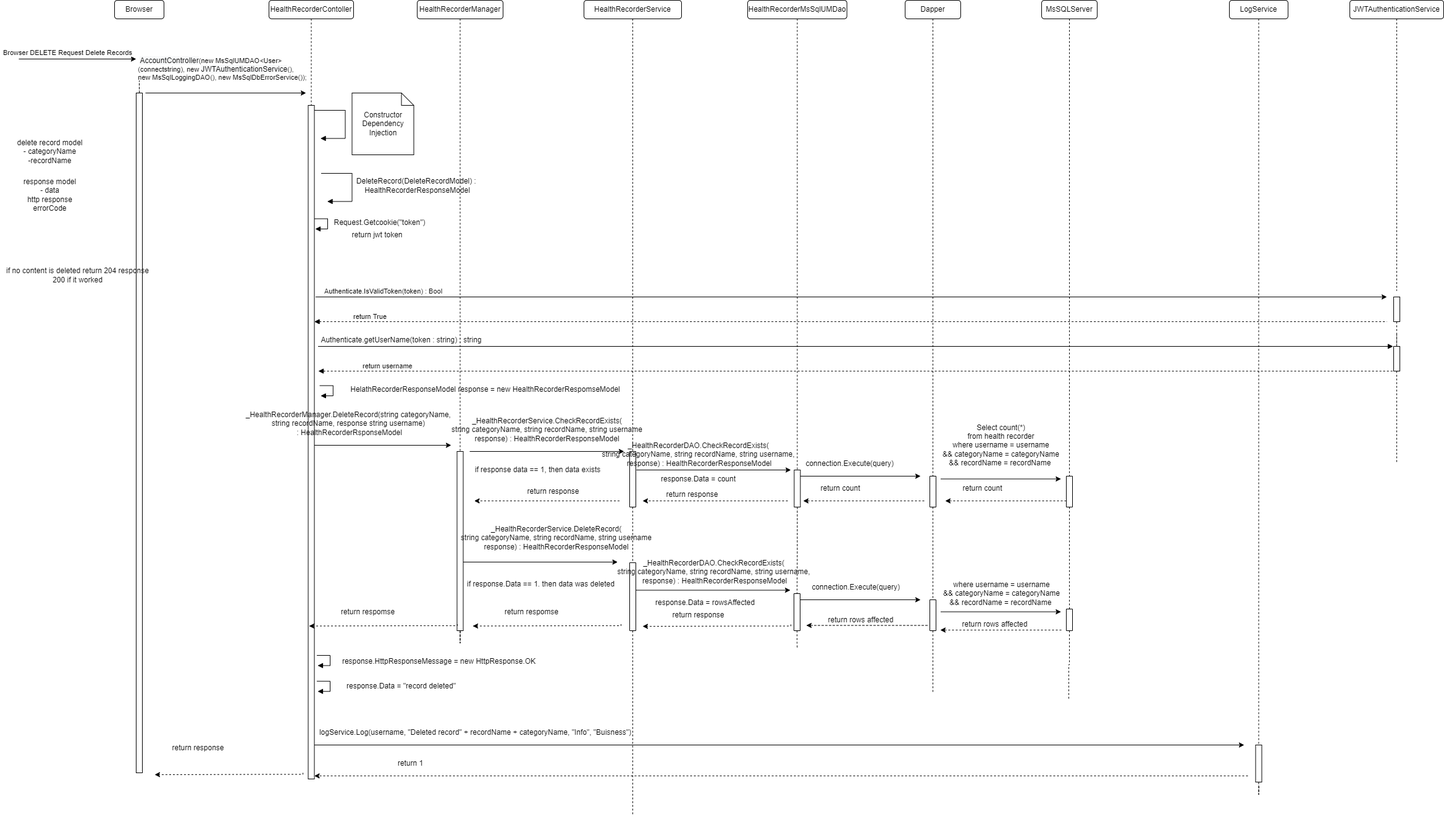
The draw.io diagram Documents/Features/Feature - Health Recorder/DeleteRecords/DeleteRecord-Success.drawio.png in Annihilator3180/CECS-491A-Senior-Project, before a commit. Source tidied: cells renumbered, new cells last; positions are measured from the earlier drawing's top-left corner, leaving out a move shared by most shapes.
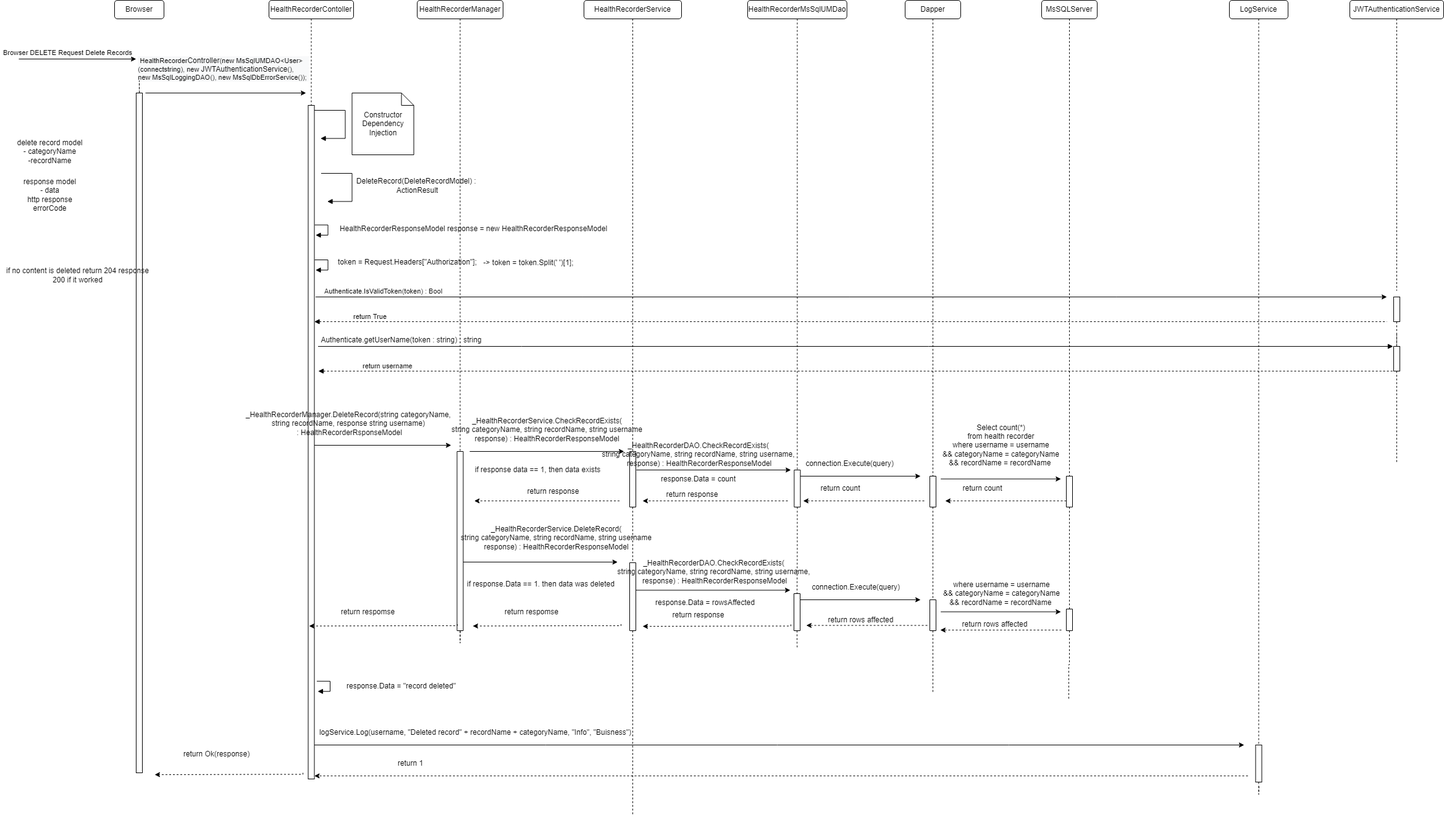
The same diagram one commit later.

Change to the diagram source:
```diff
@@ -43,7 +43,7 @@
         <mxPoint x="495" y="150" as="targetPoint" />
       </mxGeometry>
     </mxCell>
-    <mxCell id="13" value="&lt;div style=&quot;text-align: left&quot;&gt;&amp;nbsp;&lt;span style=&quot;font-size: 12px ; text-align: center ; background-color: rgb(248 , 249 , 250)&quot;&gt;AccountController&lt;/span&gt;(new MsSqlUMDAO&amp;lt;User&amp;gt;&lt;br&gt;&lt;/div&gt;&lt;div style=&quot;text-align: left&quot;&gt;(connectstring), new&amp;nbsp;&lt;span style=&quot;font-size: 12px ; text-align: center ; background-color: rgb(248 , 249 , 250)&quot;&gt;JWTAuthenticationService&lt;/span&gt;(),&amp;nbsp;&lt;/div&gt;&lt;div style=&quot;text-align: left&quot;&gt;new MsSqlLoggingDAO(), new MsSqlDbErrorService());&amp;nbsp;&lt;/div&gt;" style="edgeLabel;html=1;align=center;verticalAlign=middle;" parent="12" vertex="1">
+    <mxCell id="13" value="&lt;div style=&quot;text-align: left&quot;&gt;&lt;div style=&quot;background-color: rgb(248 , 249 , 250)&quot;&gt;&amp;nbsp;HealthRecorder&lt;span style=&quot;font-size: 12px ; text-align: center&quot;&gt;Controller&lt;/span&gt;(new MsSqlUMDAO&amp;lt;User&amp;gt;&lt;br&gt;&lt;/div&gt;&lt;div style=&quot;background-color: rgb(248 , 249 , 250)&quot;&gt;(connectstring), new&amp;nbsp;&lt;span style=&quot;font-size: 12px ; text-align: center&quot;&gt;JWTAuthenticationService&lt;/span&gt;(),&amp;nbsp;&lt;/div&gt;&lt;div style=&quot;background-color: rgb(248 , 249 , 250)&quot;&gt;new MsSqlLoggingDAO(), new MsSqlDbErrorService());&amp;nbsp;&lt;/div&gt;&lt;/div&gt;" style="edgeLabel;html=1;align=center;verticalAlign=middle;" parent="12" vertex="1">
       <mxGeometry x="0.57" y="-1" relative="1" as="geometry">
         <mxPoint x="-79" y="-41" as="offset" />
       </mxGeometry>
@@ -109,23 +109,6 @@
         <mxPoint x="2038" y="1270" as="targetPoint" />
       </mxGeometry>
     </mxCell>
-    <mxCell id="27" style="endArrow=block;endFill=1;html=1;edgeStyle=orthogonalEdgeStyle;align=left;verticalAlign=top;rounded=0;" parent="1" edge="1">
-      <mxGeometry x="-1" relative="1" as="geometry">
-        <mxPoint x="508.5" y="353.5" as="sourcePoint" />
-        <mxPoint x="510" y="370" as="targetPoint" />
-        <Array as="points">
-          <mxPoint x="530" y="354" />
-          <mxPoint x="530" y="370" />
-          <mxPoint x="510" y="370" />
-        </Array>
-      </mxGeometry>
-    </mxCell>
-    <mxCell id="28" value="Request.Getcookie(&quot;token&quot;)" style="text;html=1;align=center;verticalAlign=middle;strokeColor=none;fillColor=none;" parent="1" vertex="1">
-      <mxGeometry x="534" y="350" width="160" height="20" as="geometry" />
-    </mxCell>
-    <mxCell id="29" value="return jwt token" style="text;html=1;align=center;verticalAlign=middle;strokeColor=none;fillColor=none;" parent="1" vertex="1">
-      <mxGeometry x="560" y="370" width="100" height="20" as="geometry" />
-    </mxCell>
     <mxCell id="30" style="endArrow=block;endFill=1;html=1;edgeStyle=orthogonalEdgeStyle;align=left;verticalAlign=top;rounded=0;" parent="1" edge="1">
       <mxGeometry x="-1" relative="1" as="geometry">
         <mxPoint x="519.5" y="280" as="sourcePoint" />
@@ -136,7 +119,7 @@
         </Array>
       </mxGeometry>
     </mxCell>
-    <mxCell id="31" value="DeleteRecord(DeleteRecordModel) :&amp;nbsp;&lt;br&gt;HealthRecorderResponseModel" style="text;html=1;align=center;verticalAlign=middle;strokeColor=none;fillColor=none;" parent="1" vertex="1">
+    <mxCell id="31" value="DeleteRecord(DeleteRecordModel) :&amp;nbsp;&lt;br&gt;ActionResult" style="text;html=1;align=center;verticalAlign=middle;strokeColor=none;fillColor=none;" parent="1" vertex="1">
       <mxGeometry x="569.5" y="285" width="210" height="30" as="geometry" />
     </mxCell>
     <mxCell id="32" style="endArrow=classic;html=1;rounded=0;edgeStyle=orthogonalEdgeStyle;" parent="1" edge="1">
@@ -208,17 +191,6 @@
     <mxCell id="45" value="&lt;div style=&quot;text-align: left&quot;&gt;&lt;br&gt;&lt;/div&gt;" style="edgeLabel;html=1;align=center;verticalAlign=middle;" parent="1" vertex="1">
       <mxGeometry x="1231" y="606" as="geometry" />
     </mxCell>
-    <mxCell id="46" style="endArrow=block;endFill=1;html=1;edgeStyle=orthogonalEdgeStyle;align=left;verticalAlign=top;rounded=0;" parent="1" edge="1">
-      <mxGeometry x="-1" relative="1" as="geometry">
-        <mxPoint x="517.2" y="623.5" as="sourcePoint" />
-        <mxPoint x="518.8" y="640" as="targetPoint" />
-        <Array as="points">
-          <mxPoint x="538.8" y="624" />
-          <mxPoint x="538.8" y="640" />
-          <mxPoint x="518.8" y="640" />
-        </Array>
-      </mxGeometry>
-    </mxCell>
     <mxCell id="47" value="_HealthRecorderManager.DeleteRecord(string categoryName, &lt;br&gt;string recordName, response string username) &lt;br&gt;: HealthRecorderRsponseModel" style="text;html=1;align=center;verticalAlign=middle;strokeColor=none;fillColor=none;" parent="1" vertex="1">
       <mxGeometry x="390" y="660" width="350" height="50" as="geometry" />
     </mxCell>
@@ -504,20 +476,6 @@
     <mxCell id="110" value="return respomse" style="text;html=1;align=center;verticalAlign=middle;strokeColor=none;fillColor=none;" parent="1" vertex="1">
       <mxGeometry x="545" y="980" width="100" height="20" as="geometry" />
     </mxCell>
-    <mxCell id="111" value="response.HttpResponseMessage = new HttpResponse.OK" style="text;html=1;align=center;verticalAlign=middle;strokeColor=none;fillColor=none;" parent="1" vertex="1">
-      <mxGeometry x="545" y="1060" width="330" height="20" as="geometry" />
-    </mxCell>
-    <mxCell id="112" style="endArrow=block;endFill=1;html=1;edgeStyle=orthogonalEdgeStyle;align=left;verticalAlign=top;rounded=0;" parent="1" edge="1">
-      <mxGeometry x="-1" relative="1" as="geometry">
-        <mxPoint x="512.5" y="1060" as="sourcePoint" />
-        <mxPoint x="514" y="1076.5" as="targetPoint" />
-        <Array as="points">
-          <mxPoint x="534" y="1060.5" />
-          <mxPoint x="534" y="1076.5" />
-          <mxPoint x="514" y="1076.5" />
-        </Array>
-      </mxGeometry>
-    </mxCell>
     <mxCell id="113" value="&lt;span style=&quot;font-size: 12px&quot;&gt;logService.Log(username, &quot;Deleted record&quot; + recordName + categoryName, &quot;Info&quot;, &quot;Buisness&quot;)&lt;/span&gt;" style="text;html=1;align=center;verticalAlign=middle;strokeColor=none;fillColor=none;" parent="1" vertex="1">
       <mxGeometry x="509" y="1175" width="520" height="20" as="geometry" />
     </mxCell>
@@ -570,11 +528,39 @@
         </Array>
       </mxGeometry>
     </mxCell>
-    <mxCell id="122" value="return response" style="text;html=1;align=center;verticalAlign=middle;strokeColor=none;fillColor=none;" parent="1" vertex="1">
-      <mxGeometry x="270" y="1200" width="100" height="20" as="geometry" />
+    <mxCell id="122" value="return Ok(response)" style="text;html=1;align=center;verticalAlign=middle;strokeColor=none;fillColor=none;" parent="1" vertex="1">
+      <mxGeometry x="290" y="1210" width="120" height="20" as="geometry" />
     </mxCell>
-    <mxCell id="123" value="HelathRecorderResponseModel response = new HealthRecorderRespomseModel" style="text;html=1;align=center;verticalAlign=middle;strokeColor=none;fillColor=none;" parent="1" vertex="1">
-      <mxGeometry x="560" y="620" width="450" height="20" as="geometry" />
-    </mxCell>
+    <mxCell id="124" style="endArrow=block;endFill=1;html=1;edgeStyle=orthogonalEdgeStyle;align=left;verticalAlign=top;rounded=0;" parent="1" edge="1">
+      <mxGeometry x="-1" relative="1" as="geometry">
+        <mxPoint x="509" y="363.5" as="sourcePoint" />
+        <mxPoint x="510.5" y="380" as="targetPoint" />
+        <Array as="points">
+          <mxPoint x="530.5" y="364" />
+          <mxPoint x="530.5" y="380" />
+          <mxPoint x="510.5" y="380" />
+        </Array>
+      </mxGeometry>
+    </mxCell>
+    <mxCell id="125" value="HealthRecorderResponseModel response = new HealthRecorderResponseModel" style="text;html=1;align=center;verticalAlign=middle;strokeColor=none;fillColor=none;" parent="1" vertex="1">
+      <mxGeometry x="540.5" y="360" width="450" height="20" as="geometry" />
+    </mxCell>
+    <mxCell id="126" style="endArrow=block;endFill=1;html=1;edgeStyle=orthogonalEdgeStyle;align=left;verticalAlign=top;rounded=0;" parent="1" edge="1">
+      <mxGeometry x="-1" relative="1" as="geometry">
+        <mxPoint x="509" y="420" as="sourcePoint" />
+        <mxPoint x="510.5" y="436.5" as="targetPoint" />
+        <Array as="points">
+          <mxPoint x="530.5" y="420.5" />
+          <mxPoint x="530.5" y="436.5" />
+          <mxPoint x="510.5" y="436.5" />
+        </Array>
+      </mxGeometry>
+    </mxCell>
+    <mxCell id="127" value="token = Request.Headers[&quot;Authorization&quot;];" style="text;whiteSpace=wrap;html=1;" parent="1" vertex="1">
+      <mxGeometry x="545" y="410" width="250" height="30" as="geometry" />
+    </mxCell>
+    <mxCell id="128" value="-&amp;gt; token = token.Split(' ')[1];" style="text;html=1;align=center;verticalAlign=middle;strokeColor=none;fillColor=none;" parent="1" vertex="1">
+      <mxGeometry x="775" y="415" width="160" height="20" as="geometry" />
+    </mxCell>
   </root>
 </mxGraphModel>
```
